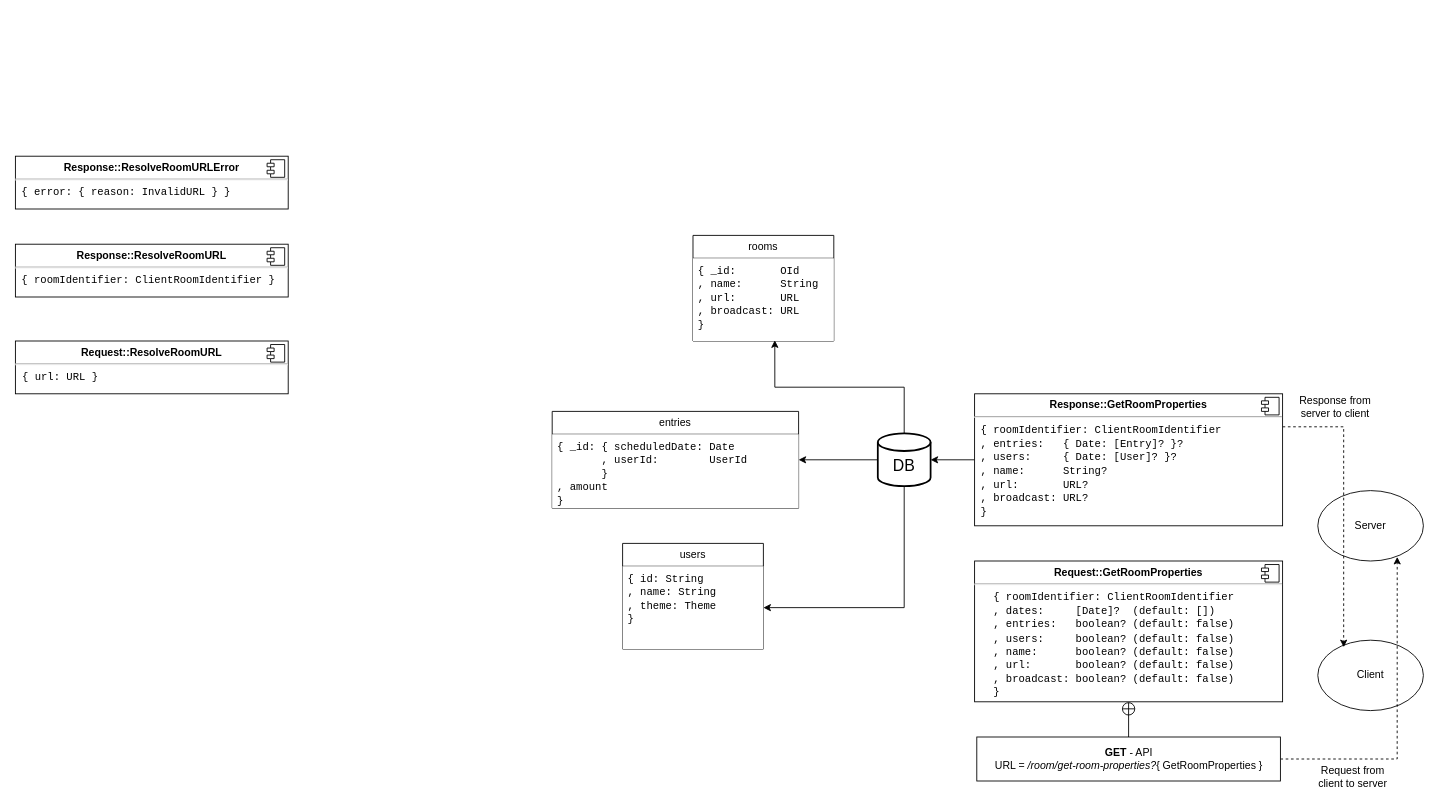
Before: room-protocol.drawio in felixnaredi/situps.space, a draw.io diagram. Source tidied: cells renumbered, new cells numbered last; positions are measured from the earlier drawing's top-left corner, leaving out a move shared by most shapes. Both pictures are drawn from the tidied source at 88%, with x=0, y=0 at pixel (15, 156).
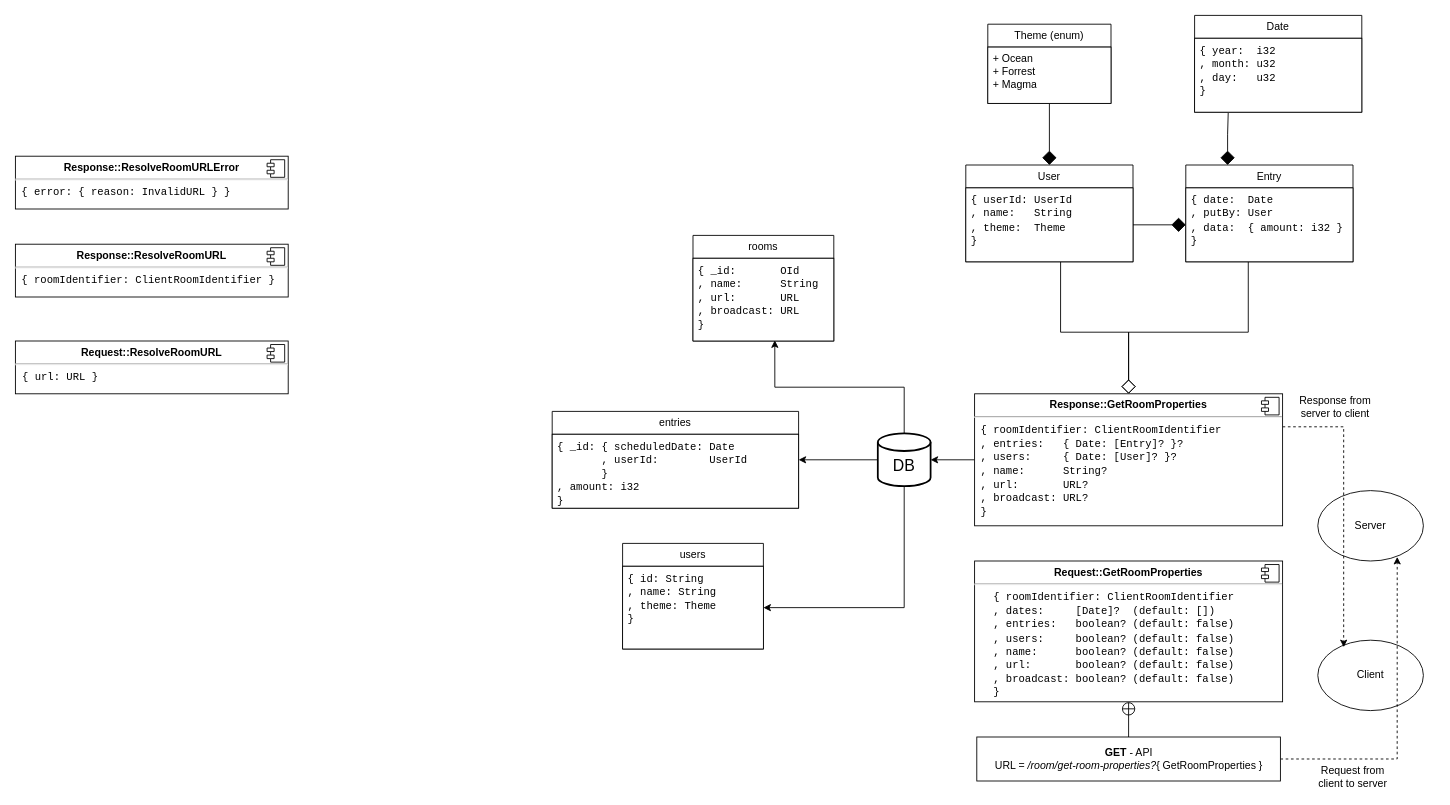
Above is the later version.

The change refers to these unchanged cells:
```xml
<mxCell id="13" value="&lt;p style=&quot;margin:0px;margin-top:6px;text-align:center;&quot;&gt;&lt;b&gt;Response::GetRoomProperties&lt;/b&gt;&lt;br&gt;&lt;/p&gt;&lt;hr&gt;&lt;div&gt;&lt;font face=&quot;Courier New&quot;&gt;&amp;nbsp;{ roomIdentifier: ClientRoomIdentifier&lt;/font&gt;&lt;/div&gt;&lt;div&gt;&lt;font face=&quot;Courier New&quot;&gt;&amp;nbsp;, entries:&amp;nbsp;&amp;nbsp; { Date: [Entry]? }?&lt;br&gt;&lt;/font&gt;&lt;/div&gt;&lt;div&gt;&lt;font face=&quot;Courier New&quot;&gt;&amp;nbsp;, users:&amp;nbsp;&amp;nbsp;&amp;nbsp;&amp;nbsp; { Date: [User]? }?&lt;br&gt;&lt;/font&gt;&lt;/div&gt;&lt;div&gt;&lt;font face=&quot;Courier New&quot;&gt;&amp;nbsp;, name:&amp;nbsp;&amp;nbsp; &amp;nbsp;&amp;nbsp; String?&lt;/font&gt;&lt;/div&gt;&lt;div&gt;&lt;font face=&quot;Courier New&quot;&gt;&amp;nbsp;, url:&amp;nbsp;&amp;nbsp; &amp;nbsp; &amp;nbsp; URL?&lt;br&gt;&lt;/font&gt;&lt;/div&gt;&lt;div&gt;&lt;font face=&quot;Courier New&quot;&gt;&amp;nbsp;, broadcast: URL?&lt;br&gt;&lt;/font&gt;&lt;/div&gt;&lt;div&gt;&lt;font face=&quot;Courier New&quot;&gt;&amp;nbsp;}&lt;br&gt;&lt;/font&gt;&lt;/div&gt;" style="align=left;overflow=fill;html=1;whiteSpace=wrap;" parent="1" vertex="1">
  <mxGeometry x="1090" y="270" width="350" height="150" as="geometry" />
</mxCell>
<mxCell id="25" value="rooms" style="swimlane;fontStyle=0;horizontal=1;startSize=26;fillColor=default;whiteSpace=wrap;html=1;" parent="1" vertex="1">
  <mxGeometry x="770" y="90" width="160" height="120" as="geometry" />
</mxCell>
<mxCell id="27" value="entries" style="swimlane;fontStyle=0;horizontal=1;startSize=26;fillColor=default;whiteSpace=wrap;html=1;" parent="1" vertex="1">
  <mxGeometry x="610" y="290" width="280" height="110" as="geometry" />
</mxCell>
<mxCell id="29" value="&lt;div&gt;users&lt;/div&gt;" style="swimlane;fontStyle=0;horizontal=1;startSize=26;fillColor=default;whiteSpace=wrap;html=1;" parent="1" vertex="1">
  <mxGeometry x="690" y="440" width="160" height="120" as="geometry" />
</mxCell>
```

Change to the diagram source:
```diff
@@
+    <mxCell id="33" style="edgeStyle=orthogonalEdgeStyle;rounded=0;jettySize=auto;html=1;entryX=0.567;entryY=0.998;entryDx=0;entryDy=0;entryPerimeter=0;endArrow=none;endFill=0;startArrow=diamond;startFill=0;startSize=14;" parent="1" edge="1" source="13" target="37">
+      <mxGeometry relative="1" as="geometry">
+        <Array as="points">
+          <mxPoint x="1265" y="200" />
+          <mxPoint x="1188" y="200" />
+        </Array>
+      </mxGeometry>
+    </mxCell>
+    <mxCell id="34" style="edgeStyle=orthogonalEdgeStyle;rounded=0;jettySize=auto;html=1;endArrow=none;endFill=0;startArrow=diamond;startFill=0;startSize=14;" parent="1" edge="1" source="13" target="40">
+      <mxGeometry relative="1" as="geometry">
+        <Array as="points">
+          <mxPoint x="1265" y="200" />
+          <mxPoint x="1401" y="200" />
+        </Array>
+      </mxGeometry>
+    </mxCell>
@@
-    <mxCell id="26" value="&lt;div&gt;&lt;font face=&quot;Courier New&quot;&gt;{ _id:&amp;nbsp;&amp;nbsp;&amp;nbsp;&amp;nbsp;&amp;nbsp;&amp;nbsp; OId&lt;br&gt;&lt;/font&gt;&lt;/div&gt;&lt;div&gt;&lt;font face=&quot;Courier New&quot;&gt;, name:&amp;nbsp;&amp;nbsp;&amp;nbsp;&amp;nbsp;&amp;nbsp; String&lt;br&gt;&lt;/font&gt;&lt;/div&gt;&lt;div&gt;&lt;font face=&quot;Courier New&quot;&gt;, url:&amp;nbsp;&amp;nbsp;&amp;nbsp;&amp;nbsp;&amp;nbsp;&amp;nbsp; URL&lt;br&gt;&lt;/font&gt;&lt;/div&gt;&lt;div&gt;&lt;font face=&quot;Courier New&quot;&gt;, broadcast: URL&lt;br&gt;&lt;/font&gt;&lt;/div&gt;&lt;div&gt;&lt;font face=&quot;Courier New&quot;&gt;}&lt;br&gt;&lt;/font&gt;&lt;/div&gt;" style="text;strokeColor=none;fillColor=default;align=left;verticalAlign=top;spacingLeft=4;spacingRight=4;overflow=hidden;points=[[0,0.5],[1,0.5]];portConstraint=eastwest;whiteSpace=wrap;html=1;" parent="25" vertex="1">
+    <mxCell id="26" value="&lt;div&gt;&lt;font face=&quot;Courier New&quot;&gt;{ _id:&amp;nbsp;&amp;nbsp;&amp;nbsp;&amp;nbsp;&amp;nbsp;&amp;nbsp; OId&lt;br&gt;&lt;/font&gt;&lt;/div&gt;&lt;div&gt;&lt;font face=&quot;Courier New&quot;&gt;, name:&amp;nbsp;&amp;nbsp;&amp;nbsp;&amp;nbsp;&amp;nbsp; String&lt;br&gt;&lt;/font&gt;&lt;/div&gt;&lt;div&gt;&lt;font face=&quot;Courier New&quot;&gt;, url:&amp;nbsp;&amp;nbsp;&amp;nbsp;&amp;nbsp;&amp;nbsp;&amp;nbsp; URL&lt;br&gt;&lt;/font&gt;&lt;/div&gt;&lt;div&gt;&lt;font face=&quot;Courier New&quot;&gt;, broadcast: URL&lt;br&gt;&lt;/font&gt;&lt;/div&gt;&lt;div&gt;&lt;font face=&quot;Courier New&quot;&gt;}&lt;br&gt;&lt;/font&gt;&lt;/div&gt;" style="text;strokeColor=default;fillColor=default;align=left;verticalAlign=top;spacingLeft=4;spacingRight=4;overflow=hidden;points=[[0,0.5],[1,0.5]];portConstraint=eastwest;whiteSpace=wrap;html=1;" parent="25" vertex="1">
       <mxGeometry y="26" width="160" height="94" as="geometry" />
     </mxCell>
@@
-    <mxCell id="28" value="&lt;div&gt;&lt;font face=&quot;Courier New&quot;&gt;{ _id: { scheduledDate: Date&lt;br&gt;&lt;/font&gt;&lt;/div&gt;&lt;div&gt;&lt;font face=&quot;Courier New&quot;&gt;&amp;nbsp;&amp;nbsp;&amp;nbsp;&amp;nbsp;&amp;nbsp;&amp;nbsp; , userId:&amp;nbsp;&amp;nbsp;&amp;nbsp;&amp;nbsp;&amp;nbsp;&amp;nbsp;&amp;nbsp; UserId&lt;/font&gt;&lt;/div&gt;&lt;div&gt;&lt;font face=&quot;Courier New&quot;&gt;&amp;nbsp;&amp;nbsp;&amp;nbsp;&amp;nbsp;&amp;nbsp;&amp;nbsp; }&lt;/font&gt;&lt;/div&gt;&lt;div&gt;&lt;font face=&quot;Courier New&quot;&gt;, amount&lt;br&gt;&lt;/font&gt;&lt;/div&gt;&lt;div&gt;&lt;font face=&quot;Courier New&quot;&gt;}&lt;br&gt;&lt;/font&gt;&lt;/div&gt;" style="text;strokeColor=none;fillColor=default;align=left;verticalAlign=top;spacingLeft=4;spacingRight=4;overflow=hidden;whiteSpace=wrap;html=1;" parent="27" vertex="1">
+    <mxCell id="28" value="&lt;div&gt;&lt;font face=&quot;Courier New&quot;&gt;{ _id: { scheduledDate: Date&lt;br&gt;&lt;/font&gt;&lt;/div&gt;&lt;div&gt;&lt;font face=&quot;Courier New&quot;&gt;&amp;nbsp;&amp;nbsp;&amp;nbsp;&amp;nbsp;&amp;nbsp;&amp;nbsp; , userId:&amp;nbsp;&amp;nbsp;&amp;nbsp;&amp;nbsp;&amp;nbsp;&amp;nbsp;&amp;nbsp; UserId&lt;/font&gt;&lt;/div&gt;&lt;div&gt;&lt;font face=&quot;Courier New&quot;&gt;&amp;nbsp;&amp;nbsp;&amp;nbsp;&amp;nbsp;&amp;nbsp;&amp;nbsp; }&lt;/font&gt;&lt;/div&gt;&lt;div&gt;&lt;font face=&quot;Courier New&quot;&gt;, amount: i32&lt;br&gt;&lt;/font&gt;&lt;/div&gt;&lt;div&gt;&lt;font face=&quot;Courier New&quot;&gt;}&lt;br&gt;&lt;/font&gt;&lt;/div&gt;" style="text;strokeColor=default;fillColor=default;align=left;verticalAlign=top;spacingLeft=4;spacingRight=4;overflow=hidden;whiteSpace=wrap;html=1;" parent="27" vertex="1">
       <mxGeometry y="26" width="280" height="84" as="geometry" />
     </mxCell>
@@
-    <mxCell id="30" value="&lt;div&gt;&lt;font face=&quot;Courier New&quot;&gt;{ id: String&lt;/font&gt;&lt;/div&gt;&lt;div&gt;&lt;font face=&quot;Courier New&quot;&gt;, name: String&lt;/font&gt;&lt;/div&gt;&lt;div&gt;&lt;font face=&quot;Courier New&quot;&gt;, theme: Theme&lt;/font&gt;&lt;/div&gt;&lt;div&gt;&lt;font face=&quot;Courier New&quot;&gt;}&lt;/font&gt;&lt;br&gt;&lt;/div&gt;" style="text;strokeColor=none;fillColor=default;align=left;verticalAlign=top;spacingLeft=4;spacingRight=4;overflow=hidden;points=[[0,0.5],[1,0.5]];portConstraint=eastwest;whiteSpace=wrap;html=1;" parent="29" vertex="1">
+    <mxCell id="30" value="&lt;div&gt;&lt;font face=&quot;Courier New&quot;&gt;{ id: String&lt;/font&gt;&lt;/div&gt;&lt;div&gt;&lt;font face=&quot;Courier New&quot;&gt;, name: String&lt;/font&gt;&lt;/div&gt;&lt;div&gt;&lt;font face=&quot;Courier New&quot;&gt;, theme: Theme&lt;/font&gt;&lt;/div&gt;&lt;div&gt;&lt;font face=&quot;Courier New&quot;&gt;}&lt;/font&gt;&lt;br&gt;&lt;/div&gt;" style="text;strokeColor=default;fillColor=default;align=left;verticalAlign=top;spacingLeft=4;spacingRight=4;overflow=hidden;points=[[0,0.5],[1,0.5]];portConstraint=eastwest;whiteSpace=wrap;html=1;" parent="29" vertex="1">
       <mxGeometry y="26" width="160" height="94" as="geometry" />
     </mxCell>
@@
+    <mxCell id="35" style="edgeStyle=orthogonalEdgeStyle;rounded=0;jettySize=auto;html=1;entryX=0.5;entryY=1;entryDx=0;entryDy=0;endArrow=none;endFill=0;startArrow=diamond;startFill=1;endSize=6;startSize=14;" parent="1" edge="1" source="36" target="41">
+      <mxGeometry relative="1" as="geometry" />
+    </mxCell>
+    <mxCell id="36" value="User" style="swimlane;fontStyle=0;horizontal=1;startSize=26;fillColor=default;whiteSpace=wrap;html=1;" parent="1" vertex="1">
+      <mxGeometry x="1080" y="10" width="190" height="110" as="geometry" />
+    </mxCell>
+    <mxCell id="37" value="&lt;div&gt;&lt;font face=&quot;Courier New&quot;&gt;{ userId: UserId&lt;/font&gt;&lt;/div&gt;&lt;div&gt;&lt;font face=&quot;Courier New&quot;&gt;, name:&amp;nbsp;&amp;nbsp; String&lt;/font&gt;&lt;/div&gt;&lt;div&gt;&lt;font face=&quot;Courier New&quot;&gt;, theme:&amp;nbsp; Theme&lt;/font&gt;&lt;/div&gt;&lt;div&gt;&lt;font face=&quot;Courier New&quot;&gt;}&lt;/font&gt;&lt;/div&gt;" style="text;strokeColor=default;fillColor=default;align=left;verticalAlign=top;spacingLeft=4;spacingRight=4;overflow=hidden;points=[[0,0.5],[1,0.5]];portConstraint=eastwest;whiteSpace=wrap;html=1;strokeWidth=1;" parent="36" vertex="1">
+      <mxGeometry y="26" width="190" height="84" as="geometry" />
+    </mxCell>
+    <mxCell id="38" style="edgeStyle=orthogonalEdgeStyle;rounded=0;jettySize=auto;html=1;exitX=0.25;exitY=0;exitDx=0;exitDy=0;entryX=0.201;entryY=1.011;entryDx=0;entryDy=0;entryPerimeter=0;endArrow=none;endFill=0;startArrow=diamond;startFill=1;startSize=14;" parent="1" edge="1" source="39" target="45">
+      <mxGeometry relative="1" as="geometry" />
+    </mxCell>
+    <mxCell id="39" value="Entry" style="swimlane;fontStyle=0;horizontal=1;startSize=26;fillColor=default;whiteSpace=wrap;html=1;" parent="1" vertex="1">
+      <mxGeometry x="1330" y="10" width="190" height="110" as="geometry" />
+    </mxCell>
+    <mxCell id="40" value="&lt;div&gt;&lt;font face=&quot;Courier New&quot;&gt;{ date:&amp;nbsp; Date&lt;/font&gt;&lt;/div&gt;&lt;div&gt;&lt;font face=&quot;Courier New&quot;&gt;, putBy: User&lt;/font&gt;&lt;/div&gt;&lt;div&gt;&lt;font face=&quot;Courier New&quot;&gt;, data:&amp;nbsp; { amount: i32 }&lt;br&gt;&lt;/font&gt;&lt;/div&gt;&lt;div&gt;&lt;font face=&quot;Courier New&quot;&gt;}&lt;/font&gt;&lt;/div&gt;" style="text;strokeColor=default;fillColor=default;align=left;verticalAlign=top;spacingLeft=4;spacingRight=4;overflow=hidden;points=[[0,0.5],[1,0.5]];portConstraint=eastwest;whiteSpace=wrap;html=1;strokeWidth=1;" parent="39" vertex="1">
+      <mxGeometry y="26" width="190" height="84" as="geometry" />
+    </mxCell>
+    <mxCell id="41" value="Theme (enum)" style="swimlane;fontStyle=0;horizontal=1;startSize=26;fillColor=default;whiteSpace=wrap;html=1;" parent="1" vertex="1">
+      <mxGeometry x="1105" y="-150" width="140" height="90" as="geometry" />
+    </mxCell>
+    <mxCell id="42" value="+ Ocean&lt;br&gt;+ Forrest&lt;br&gt;+ Magma" style="text;strokeColor=default;fillColor=default;align=left;verticalAlign=top;spacingLeft=4;spacingRight=4;overflow=hidden;whiteSpace=wrap;html=1;" parent="41" vertex="1">
+      <mxGeometry y="26" width="140" height="64" as="geometry" />
+    </mxCell>
+    <mxCell id="43" style="edgeStyle=orthogonalEdgeStyle;rounded=0;jettySize=auto;html=1;endArrow=none;endFill=0;startArrow=diamond;startFill=1;startSize=14;" parent="1" edge="1" source="40" target="37">
+      <mxGeometry relative="1" as="geometry" />
+    </mxCell>
+    <mxCell id="44" value="Date" style="swimlane;fontStyle=0;horizontal=1;startSize=26;fillColor=default;whiteSpace=wrap;html=1;" parent="1" vertex="1">
+      <mxGeometry x="1340" y="-160" width="190" height="110" as="geometry" />
+    </mxCell>
+    <mxCell id="45" value="&lt;div&gt;&lt;font face=&quot;Courier New&quot;&gt;{ year:&amp;nbsp; i32&lt;br&gt;&lt;/font&gt;&lt;/div&gt;&lt;div&gt;&lt;font face=&quot;Courier New&quot;&gt;, month: u32&lt;br&gt;&lt;/font&gt;&lt;/div&gt;&lt;div&gt;&lt;font face=&quot;Courier New&quot;&gt;, day:&amp;nbsp;&amp;nbsp; u32&lt;/font&gt;&lt;/div&gt;&lt;div&gt;&lt;font face=&quot;Courier New&quot;&gt;}&lt;/font&gt;&lt;/div&gt;" style="text;strokeColor=default;fillColor=default;align=left;verticalAlign=top;spacingLeft=4;spacingRight=4;overflow=hidden;points=[[0,0.5],[1,0.5]];portConstraint=eastwest;whiteSpace=wrap;html=1;strokeWidth=1;" parent="44" vertex="1">
+      <mxGeometry y="26" width="190" height="84" as="geometry" />
+    </mxCell>
```
